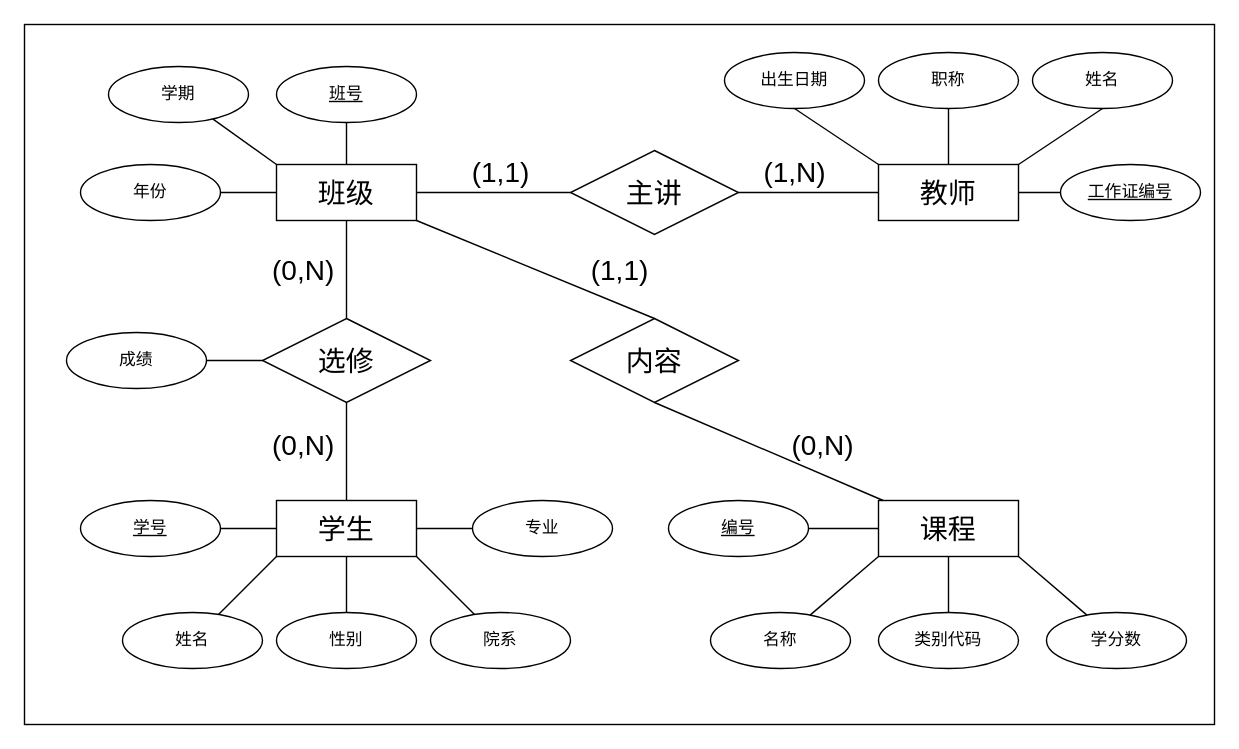
Above: page "1.1 E-R模型图" (1 of 2) of 数据管理基础homework3.drawio in hu19891213/image (draw.io), before the change. Source tidied: cells renumbered, new cells numbered last; positions are measured from the earlier drawing's top-left corner, leaving out a move shared by most shapes. Both pictures are drawn from the tidied source at 140%, with x=0, y=0 at pixel (24, 24).
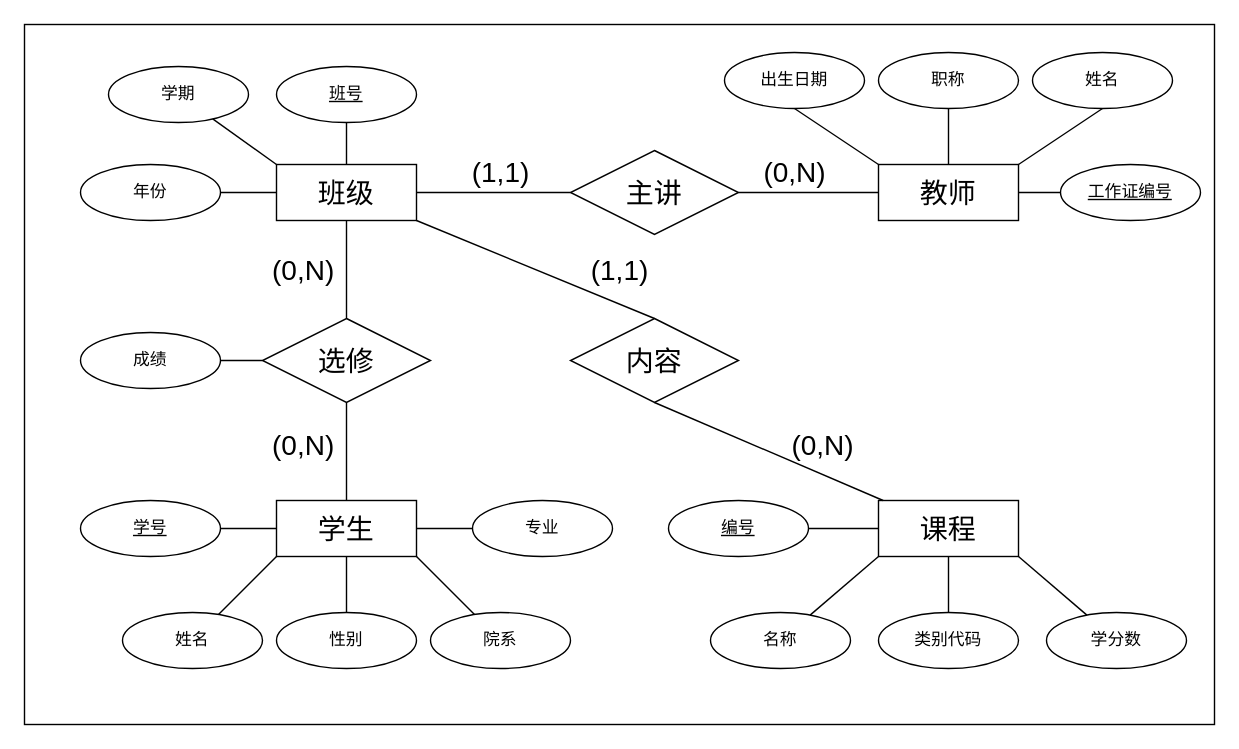
The same diagram, later.

Commit message (it also covers changes not shown here):
更新数据管理基础homework3.drawio

The edit, as a diff of the source:
```diff
@@
     <mxCell id="44" value="成绩" style="ellipse;whiteSpace=wrap;html=1;align=center;fillColor=none;" parent="1" vertex="1">
-      <mxGeometry x="30" y="220" width="100" height="40" as="geometry" />
+      <mxGeometry x="40" y="220" width="100" height="40" as="geometry" />
     </mxCell>
@@
-    <mxCell id="53" value="(1,N)" style="text;html=1;align=center;verticalAlign=middle;fillColor=none;strokeColor=none;rounded=0;fontSize=20;" parent="1" vertex="1">
+    <mxCell id="53" value="(0,N)" style="text;html=1;align=center;verticalAlign=middle;fillColor=none;strokeColor=none;rounded=0;fontSize=20;" parent="1" vertex="1">
       <mxGeometry x="520" y="90" width="60" height="30" as="geometry" />
     </mxCell>
```
